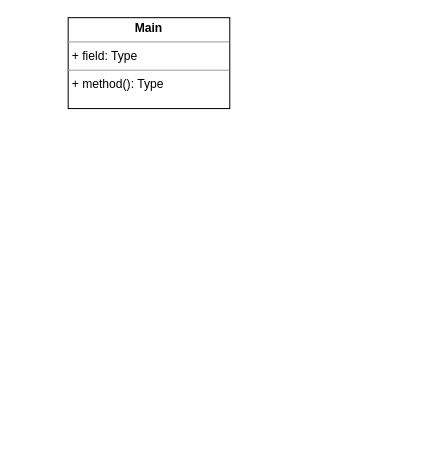
JeeJay23/diagrams keeps this draw.io diagram as page "class diagram mc" (1 of 2) of diagrams/Untitled Diagram.drawio. Above is the earlier version. Source tidied: cells renumbered, new cells numbered last; positions are measured from the earlier drawing's top-left corner, leaving out a move shared by most shapes. Both pictures are drawn from the tidied source at 101%, with x=0, y=0 at pixel (68, 17).
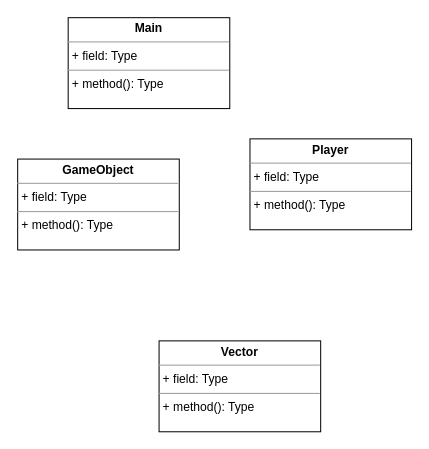
The same diagram, later.

The edit, as a diff of the source:
```diff
@@
 <mxGraphModel>
   <root>
     <mxCell id="0" />
     <mxCell id="1" parent="0" />
     <mxCell id="2" value="&lt;p style=&quot;margin: 0px ; margin-top: 4px ; text-align: center&quot;&gt;&lt;b&gt;Main&lt;/b&gt;&lt;/p&gt;&lt;hr size=&quot;1&quot;&gt;&lt;p style=&quot;margin: 0px ; margin-left: 4px&quot;&gt;+ field: Type&lt;/p&gt;&lt;hr size=&quot;1&quot;&gt;&lt;p style=&quot;margin: 0px ; margin-left: 4px&quot;&gt;+ method(): Type&lt;/p&gt;" style="verticalAlign=top;align=left;overflow=fill;fontSize=12;fontFamily=Helvetica;html=1;" parent="1" vertex="1">
       <mxGeometry width="160" height="90" as="geometry" />
     </mxCell>
+    <mxCell id="3" value="&lt;p style=&quot;margin: 0px ; margin-top: 4px ; text-align: center&quot;&gt;&lt;b&gt;GameObject&lt;/b&gt;&lt;/p&gt;&lt;hr size=&quot;1&quot;&gt;&lt;p style=&quot;margin: 0px ; margin-left: 4px&quot;&gt;+ field: Type&lt;/p&gt;&lt;hr size=&quot;1&quot;&gt;&lt;p style=&quot;margin: 0px ; margin-left: 4px&quot;&gt;+ method(): Type&lt;/p&gt;" style="verticalAlign=top;align=left;overflow=fill;fontSize=12;fontFamily=Helvetica;html=1;" parent="1" vertex="1">
+      <mxGeometry x="-50" y="140" width="160" height="90" as="geometry" />
+    </mxCell>
+    <mxCell id="4" value="&lt;p style=&quot;margin: 0px ; margin-top: 4px ; text-align: center&quot;&gt;&lt;b&gt;Player&lt;/b&gt;&lt;/p&gt;&lt;hr size=&quot;1&quot;&gt;&lt;p style=&quot;margin: 0px ; margin-left: 4px&quot;&gt;+ field: Type&lt;/p&gt;&lt;hr size=&quot;1&quot;&gt;&lt;p style=&quot;margin: 0px ; margin-left: 4px&quot;&gt;+ method(): Type&lt;/p&gt;" style="verticalAlign=top;align=left;overflow=fill;fontSize=12;fontFamily=Helvetica;html=1;" parent="1" vertex="1">
+      <mxGeometry x="180" y="120" width="160" height="90" as="geometry" />
+    </mxCell>
+    <mxCell id="5" value="&lt;p style=&quot;margin: 0px ; margin-top: 4px ; text-align: center&quot;&gt;&lt;b&gt;Vector&lt;/b&gt;&lt;/p&gt;&lt;hr size=&quot;1&quot;&gt;&lt;p style=&quot;margin: 0px ; margin-left: 4px&quot;&gt;+ field: Type&lt;/p&gt;&lt;hr size=&quot;1&quot;&gt;&lt;p style=&quot;margin: 0px ; margin-left: 4px&quot;&gt;+ method(): Type&lt;/p&gt;" style="verticalAlign=top;align=left;overflow=fill;fontSize=12;fontFamily=Helvetica;html=1;" parent="1" vertex="1">
+      <mxGeometry x="90" y="320" width="160" height="90" as="geometry" />
+    </mxCell>
   </root>
 </mxGraphModel>
```
